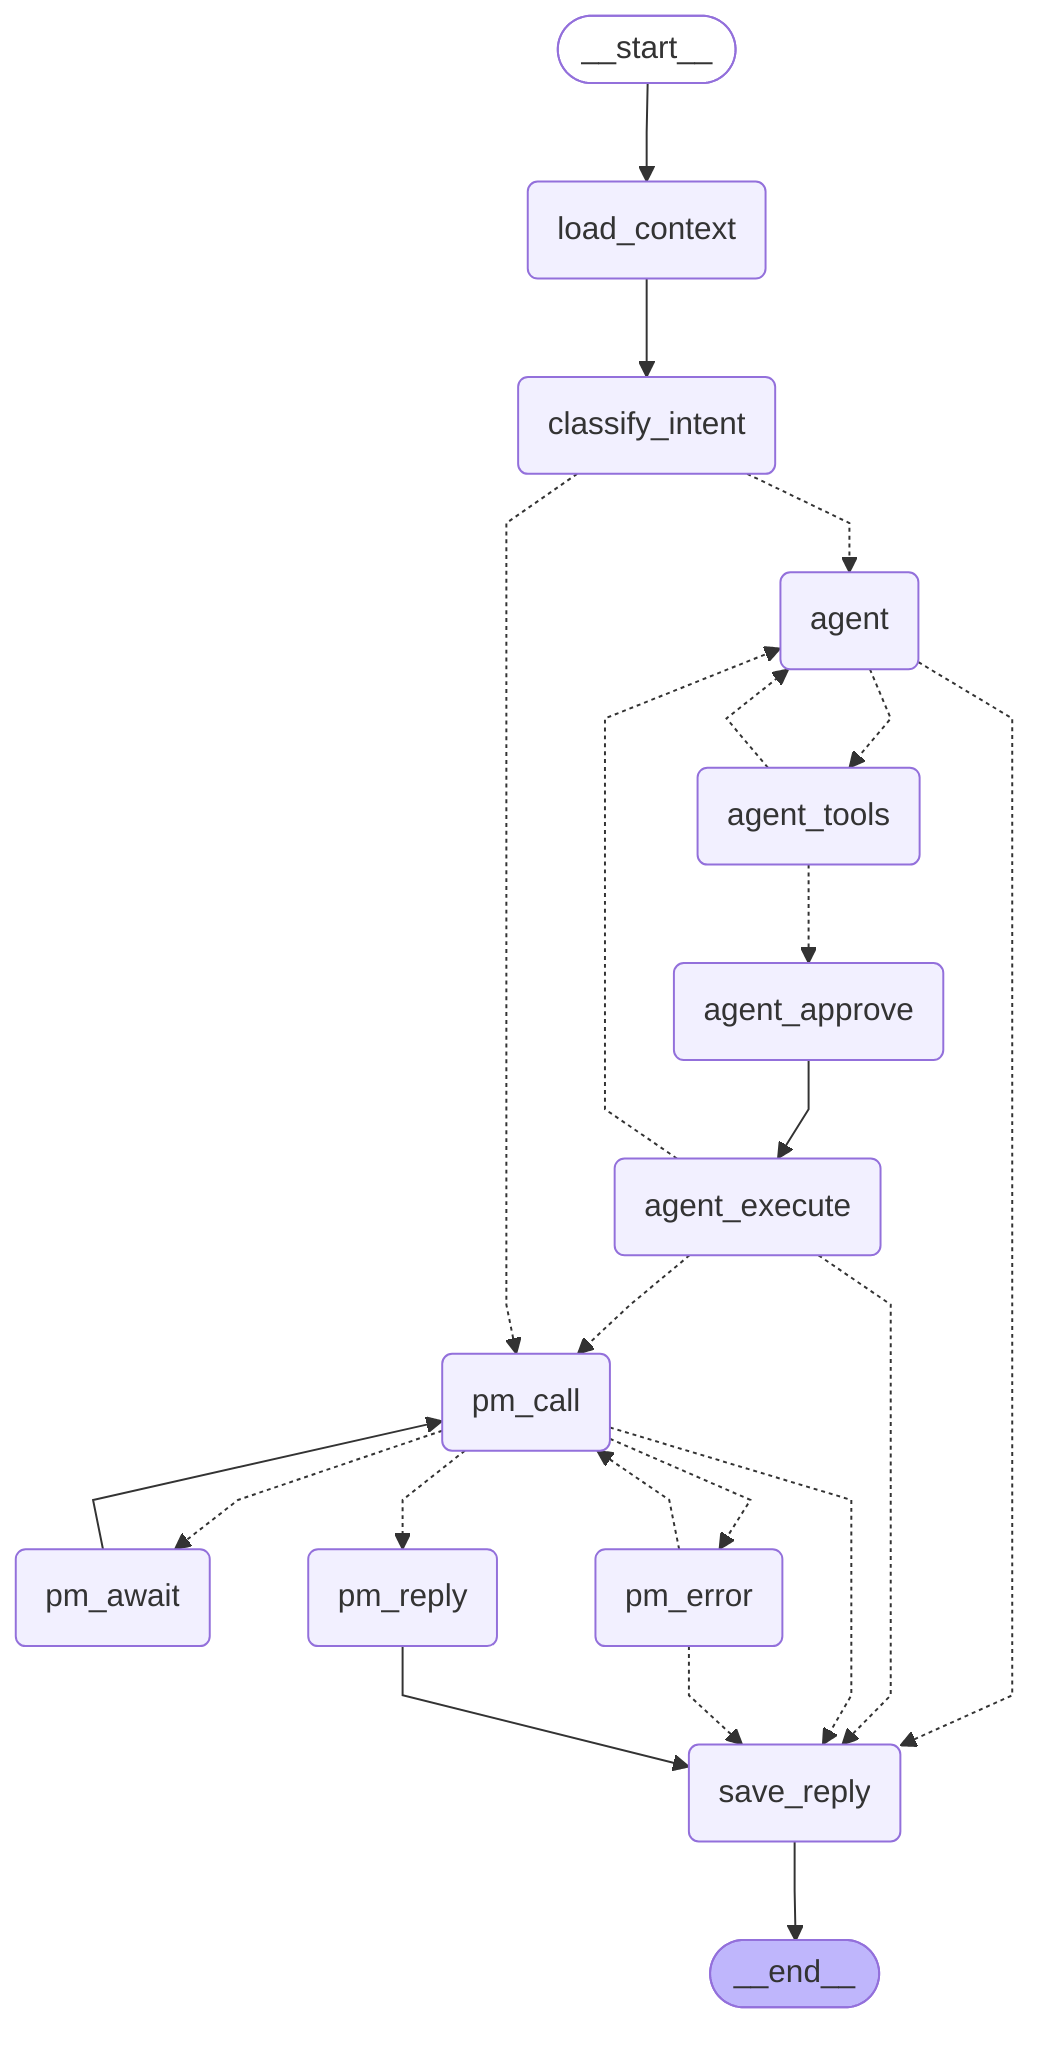
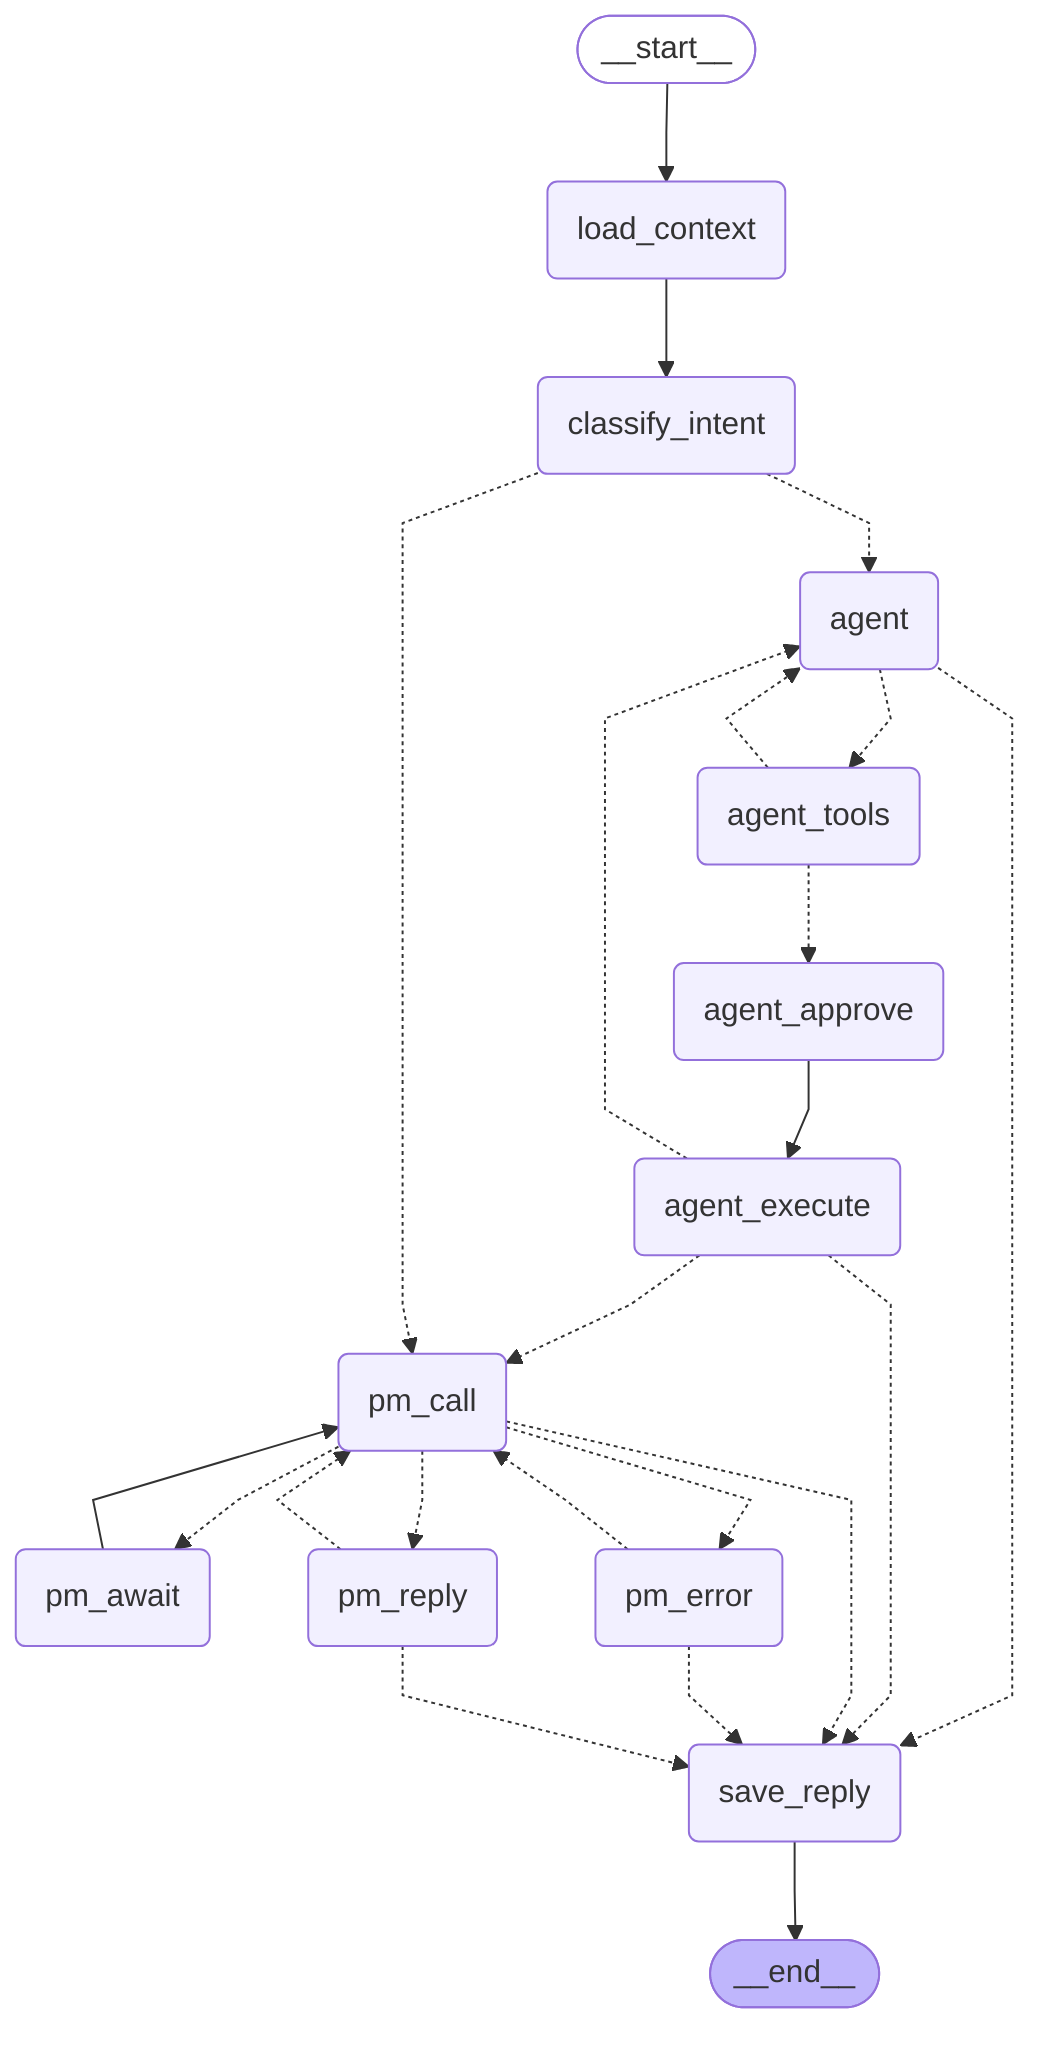
---
config:
  flowchart:
    curve: linear
---
graph TD;
	__start__([<p>__start__</p>]):::first
	load_context(load_context)
	classify_intent(classify_intent)
	agent(agent)
	agent_tools(agent_tools)
	agent_approve(agent_approve)
	agent_execute(agent_execute)
	pm_call(pm_call)
	pm_await(pm_await)
	pm_reply(pm_reply)
	pm_error(pm_error)
	save_reply(save_reply)
	__end__([<p>__end__</p>]):::last
	__start__ --> load_context;
	agent -.-> agent_tools;
	agent -.-> save_reply;
	agent_approve --> agent_execute;
	agent_execute -.-> agent;
	agent_execute -.-> pm_call;
	agent_execute -.-> save_reply;
	agent_tools -.-> agent;
	agent_tools -.-> agent_approve;
	classify_intent -.-> agent;
	classify_intent -.-> pm_call;
	load_context --> classify_intent;
	pm_await --> pm_call;
	pm_call -.-> pm_await;
	pm_call -.-> pm_error;
	pm_call -.-> pm_reply;
	pm_call -.-> save_reply;
	pm_error -.-> pm_call;
	pm_error -.-> save_reply;
- 	pm_reply --> save_reply;
+ 	pm_reply -.-> pm_call;
+ 	pm_reply -.-> save_reply;
	save_reply --> __end__;
	classDef default fill:#f2f0ff,line-height:1.2
	classDef first fill-opacity:0
	classDef last fill:#bfb6fc
